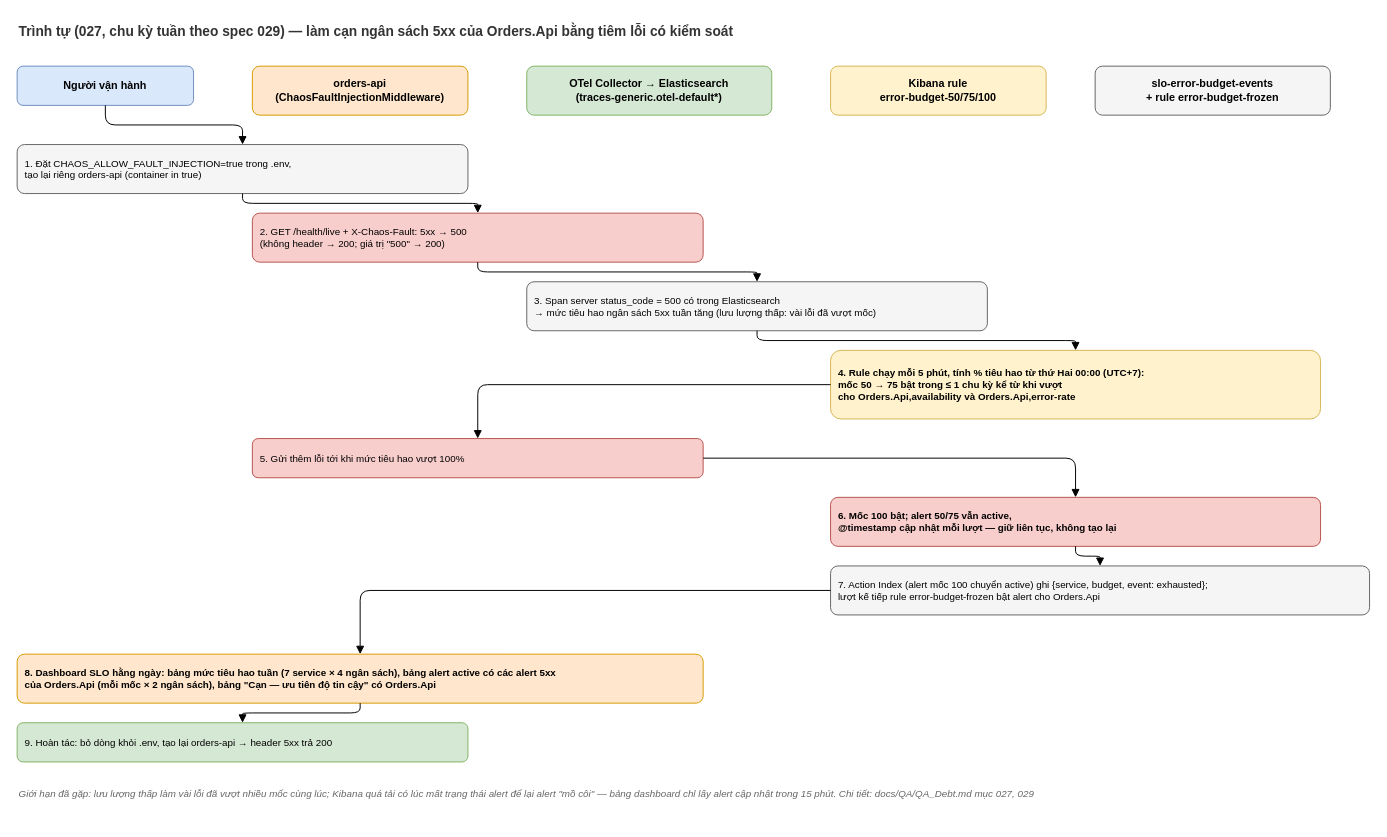
The draw.io diagram docs/diagrams/027-error-budget-alerting-sequence.drawio in nmhieuit/ecommerce, before the edit. Source tidied: cells renumbered, new cells numbered last; positions are measured from the earlier drawing's top-left corner, leaving out a move shared by most shapes. Both pictures are drawn from the tidied source at 98%, with x=0, y=0 at pixel (17, 17).
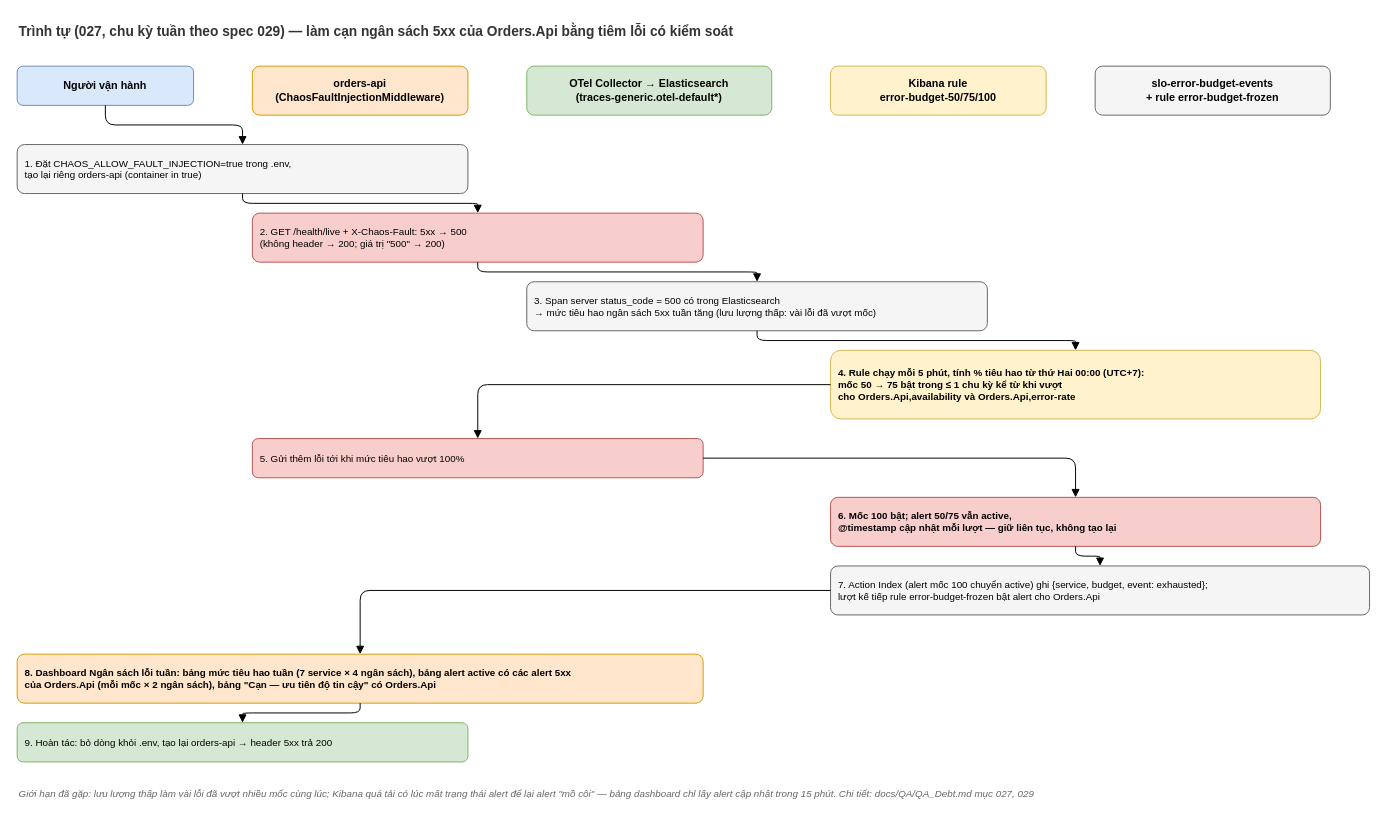
Above is the later version.

Diff of the diagram source:
```diff
@@
-    <mxCell id="15" value="8. Dashboard SLO hằng ngày: bảng mức tiêu hao tuần (7 service × 4 ngân sách), bảng alert active có các alert 5xx&#10;của Orders.Api (mỗi mốc × 2 ngân sách), bảng &quot;Cạn — ưu tiên độ tin cậy&quot; có Orders.Api" style="rounded=1;whiteSpace=wrap;html=1;fillColor=#ffe6cc;strokeColor=#d79b00;fontSize=10;fontStyle=1;align=left;spacingLeft=6;" parent="1" vertex="1">
+    <mxCell id="15" value="8. Dashboard Ngân sách lỗi tuần: bảng mức tiêu hao tuần (7 service × 4 ngân sách), bảng alert active có các alert 5xx&#10;của Orders.Api (mỗi mốc × 2 ngân sách), bảng &quot;Cạn — ưu tiên độ tin cậy&quot; có Orders.Api" style="rounded=1;whiteSpace=wrap;html=1;fillColor=#ffe6cc;strokeColor=#d79b00;fontSize=10;fontStyle=1;align=left;spacingLeft=6;" parent="1" vertex="1">
       <mxGeometry y="650" width="700" height="50" as="geometry" />
     </mxCell>
```
